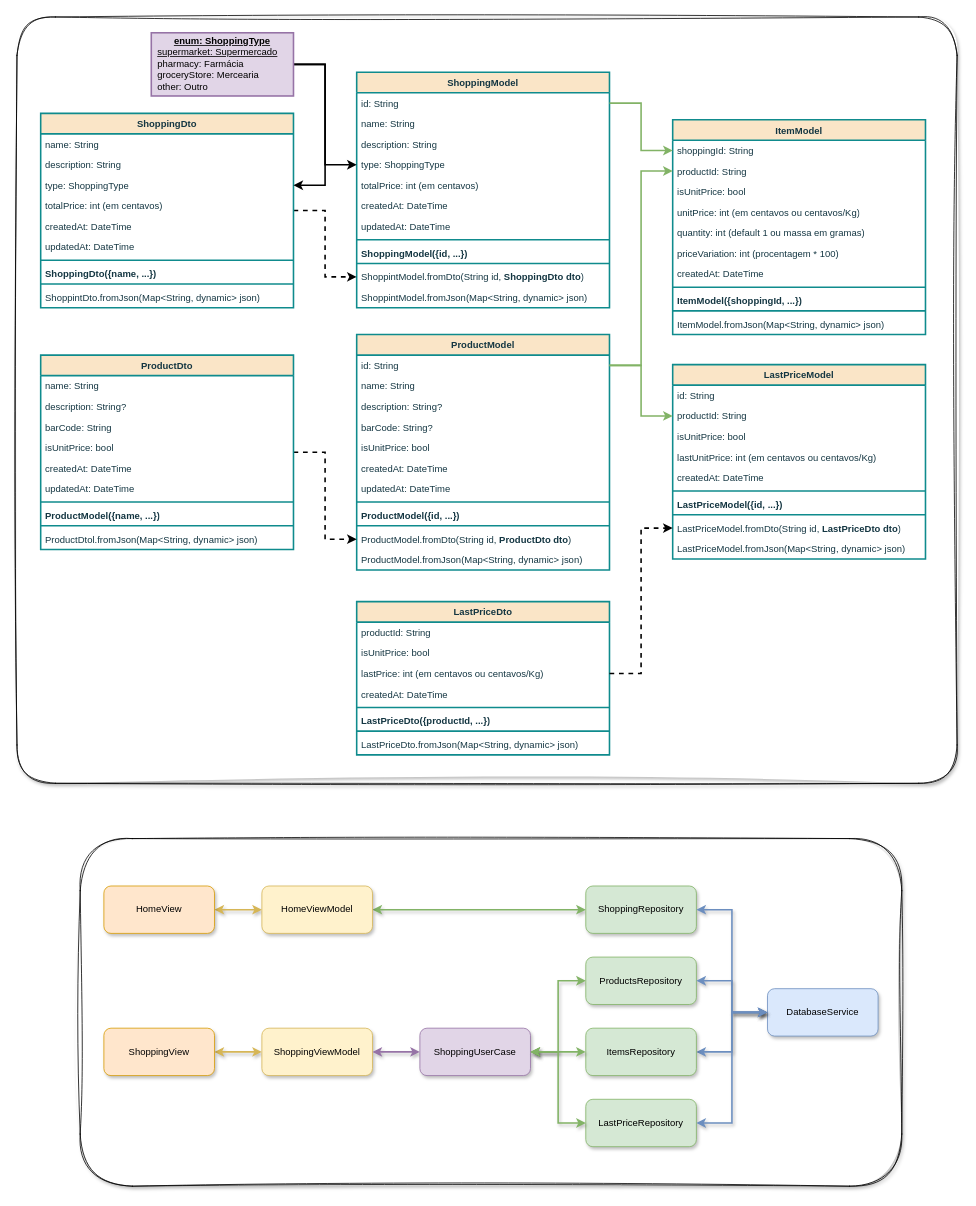
Before: docs/Diagrama_de_Classes.drawio in rudsonalves/compras, a draw.io diagram. Source tidied: cells renumbered, new cells numbered last; positions are measured from the earlier drawing's top-left corner, leaving out a move shared by most shapes. Both pictures are drawn from the tidied source at 79%, with x=0, y=0 at pixel (17, 17).
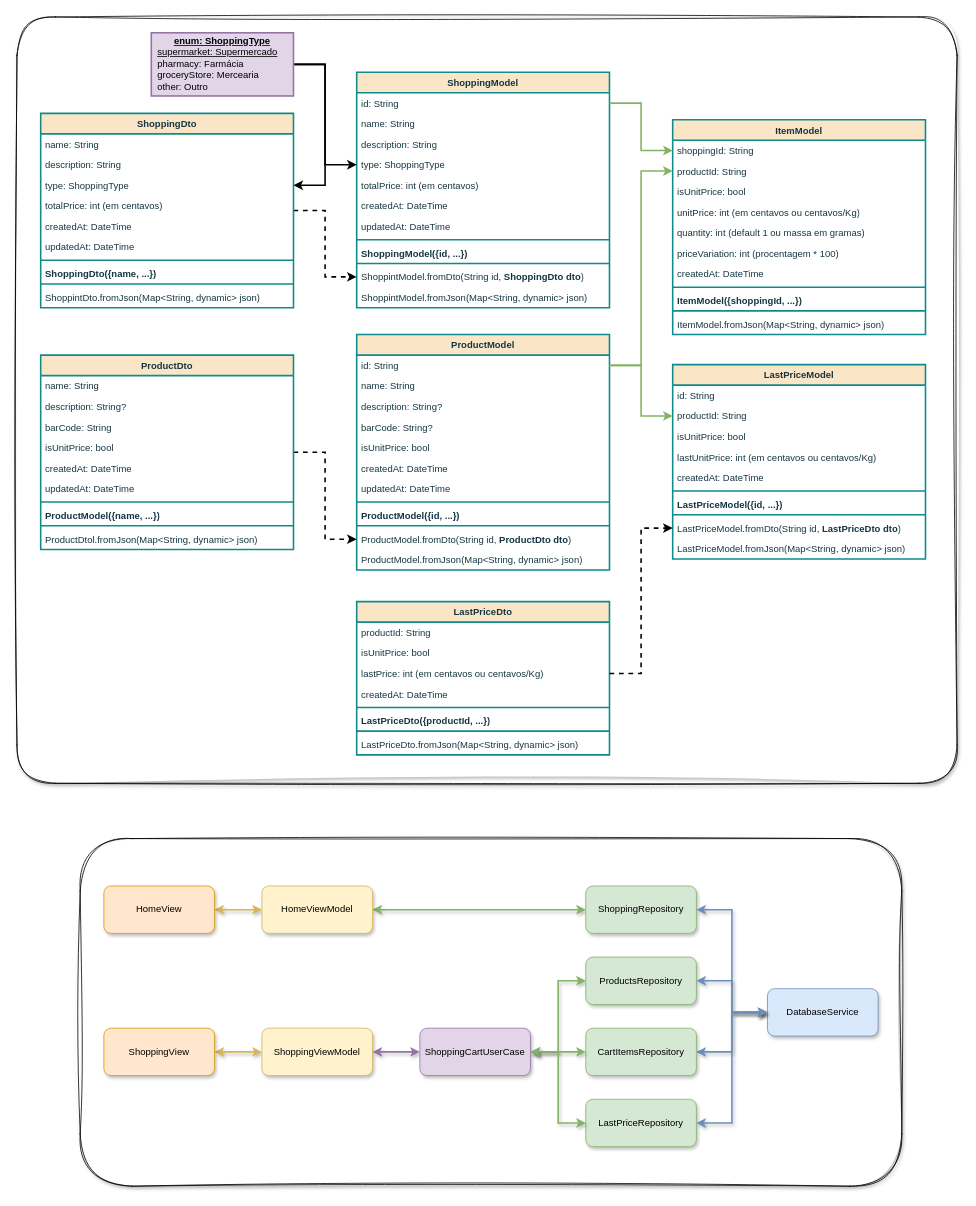
The same diagram, later.

The change refers to these unchanged cells:
```xml
<mxCell id="93" style="group;arcSize=5;fillColor=none;gradientColor=none;" parent="1" vertex="1">
  <mxGeometry x="80" y="1040" width="1040" height="440" as="geometry" />
</mxCell>
```

The edit, as a diff of the source:
```diff
@@
-    <mxCell id="109" value="ItemsRepository" style="rounded=1;whiteSpace=wrap;html=1;fillColor=#d5e8d4;strokeColor=#82b366;shadow=1;" parent="93" vertex="1">
+    <mxCell id="109" value="CartItemsRepository" style="rounded=1;whiteSpace=wrap;html=1;fillColor=#d5e8d4;strokeColor=#82b366;shadow=1;" parent="93" vertex="1">
       <mxGeometry x="640" y="240" width="140" height="60" as="geometry" />
     </mxCell>
@@
-    <mxCell id="111" value="ShoppingUserCase" style="rounded=1;whiteSpace=wrap;html=1;fillColor=#e1d5e7;strokeColor=#9673a6;shadow=1;" parent="93" vertex="1">
+    <mxCell id="111" value="ShoppingCartUserCase" style="rounded=1;whiteSpace=wrap;html=1;fillColor=#e1d5e7;strokeColor=#9673a6;shadow=1;" parent="93" vertex="1">
       <mxGeometry x="430" y="240" width="140" height="60" as="geometry" />
     </mxCell>
```
